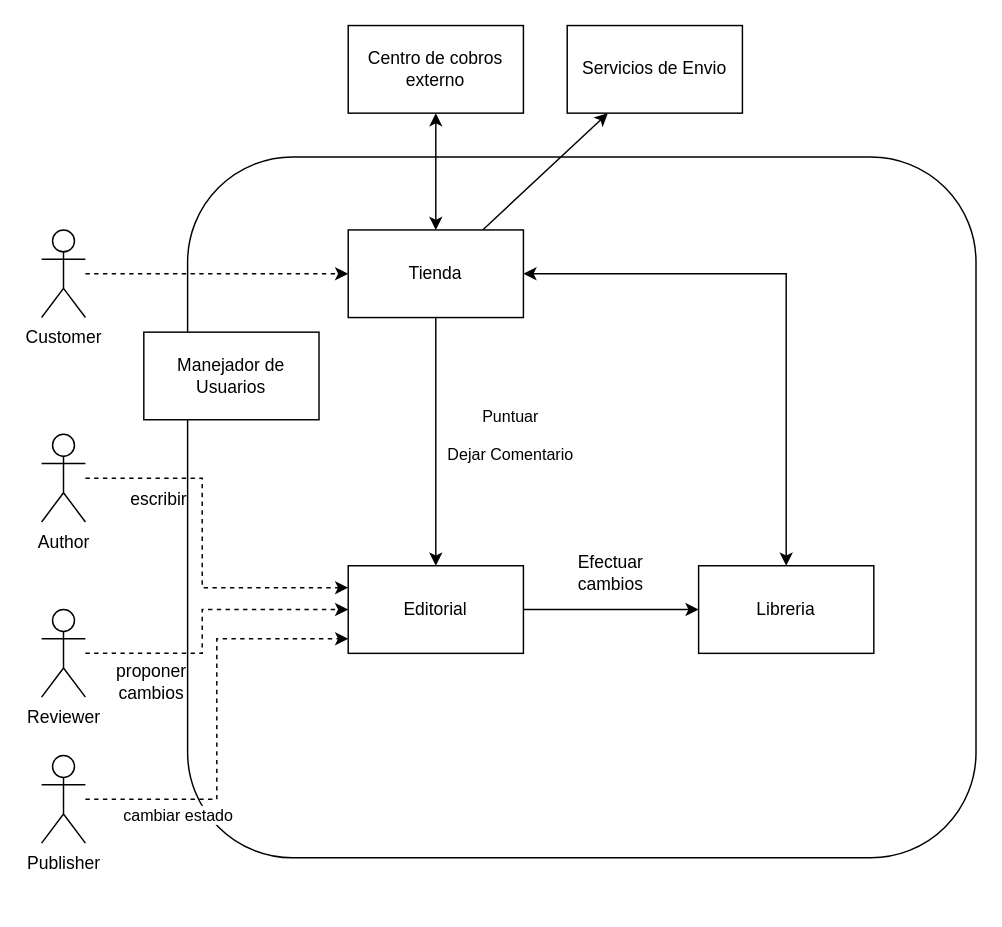
The draw.io diagram page "General" (1 of 7) of version final.drawio in segurajhona/arqui-katas, before the edit. Source tidied: cells renumbered, new cells numbered last; positions are measured from the earlier drawing's top-left corner, leaving out a move shared by most shapes. Both pictures are drawn from the tidied source at 146%, with x=0, y=0 at pixel (41, 25).
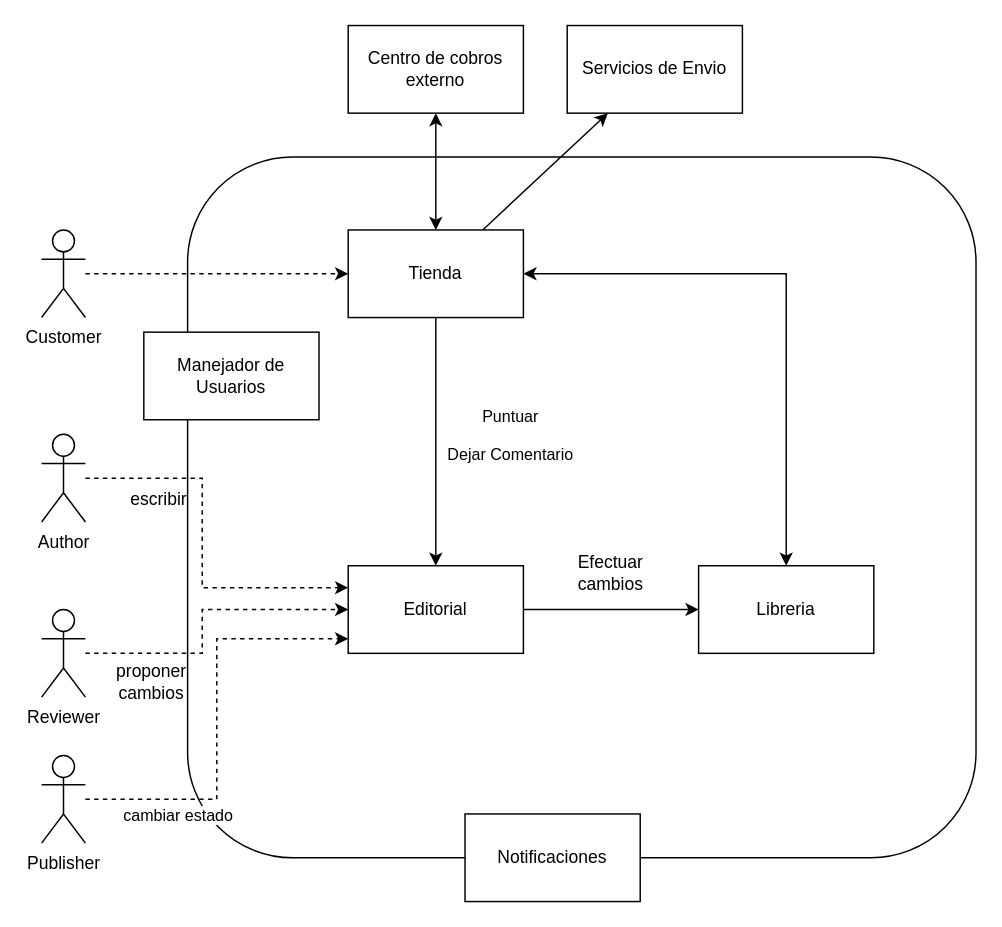
After the change.

The edit, as a diff of the source:
```diff
@@
+    <mxCell id="27" value="Notificaciones" style="rounded=0;whiteSpace=wrap;html=1;" parent="1" vertex="1">
+      <mxGeometry x="290" y="540" width="120" height="60" as="geometry" />
+    </mxCell>
```
